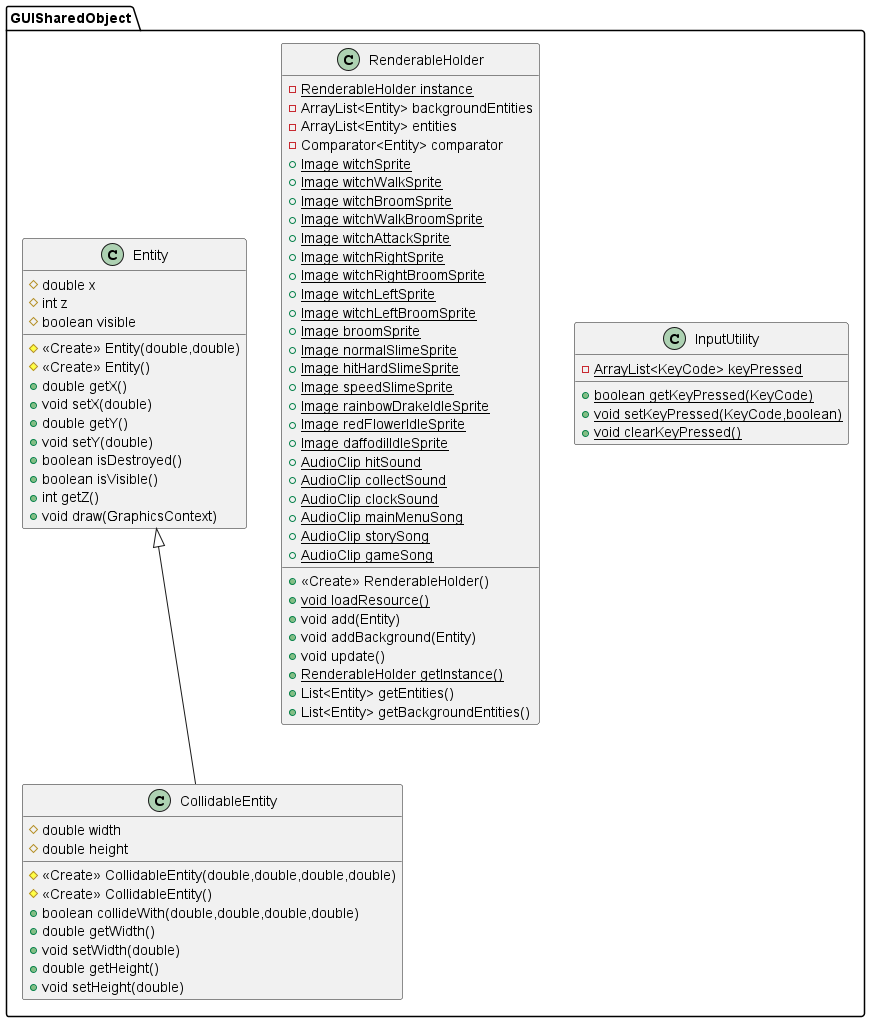
Brnn043/Witchs-Garden keeps this PlantUML diagram as UML_eachPackage/UML_GUISharedObject.png. Above is the earlier version.
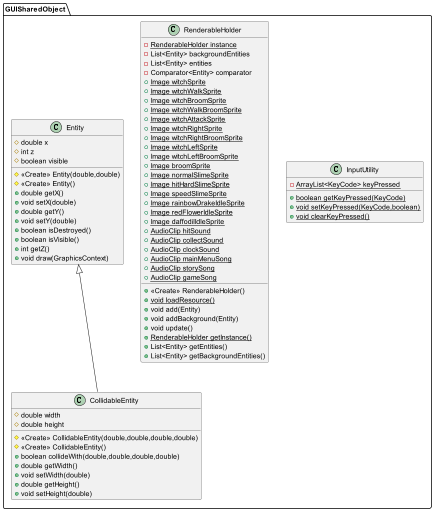
Later version of the same file.

Commit message:
edit: ArrayList -> List

What changed in the source:
```diff
@@ -9,8 +9,8 @@
 
 class GUISharedObject.RenderableHolder {
 - {static} RenderableHolder instance
-- ArrayList<Entity> backgroundEntities
-- ArrayList<Entity> entities
+- List<Entity> backgroundEntities
+- List<Entity> entities
 - Comparator<Entity> comparator
 + {static} Image witchSprite
 + {static} Image witchWalkSprite
```
